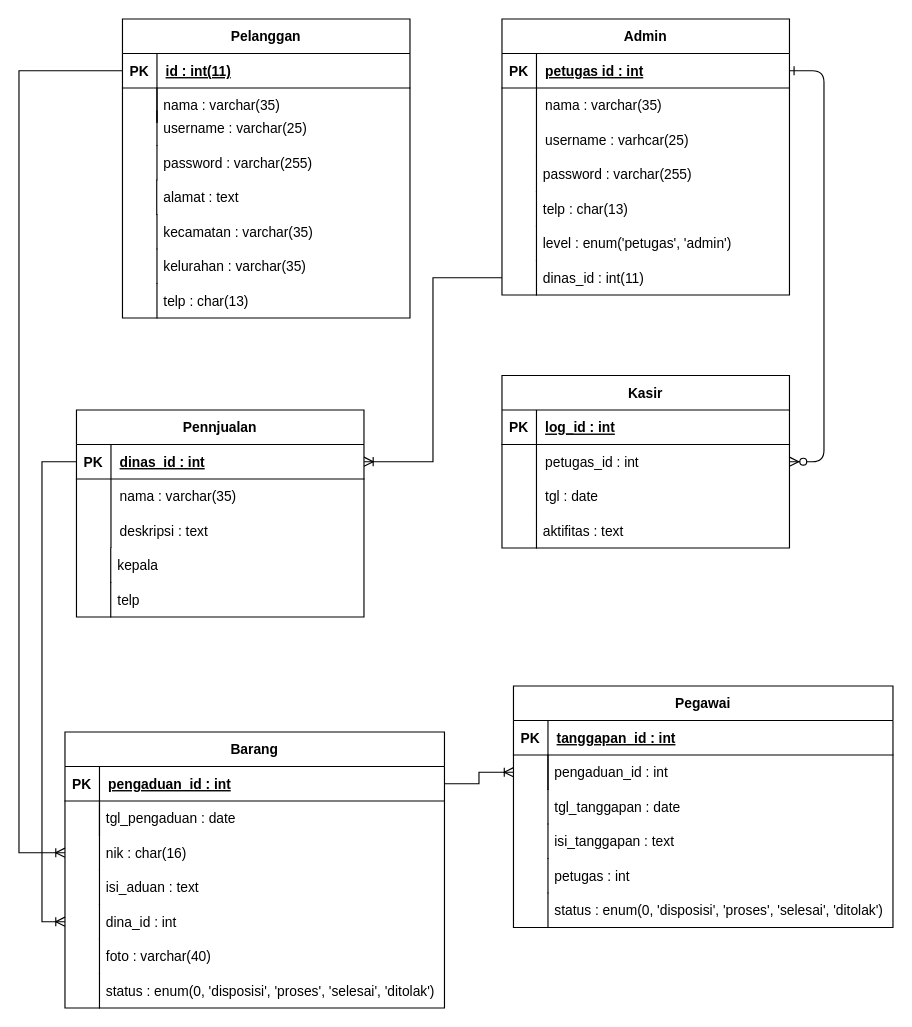
jhustinn/Project keeps this draw.io diagram as structure/erd/Project_ERD.drawio. Above is the earlier version. Source tidied: cells renumbered, new cells numbered last; positions are measured from the earlier drawing's top-left corner, leaving out a move shared by most shapes. Both pictures are drawn from the tidied source at 115%, with x=0, y=0 at pixel (18, 18).
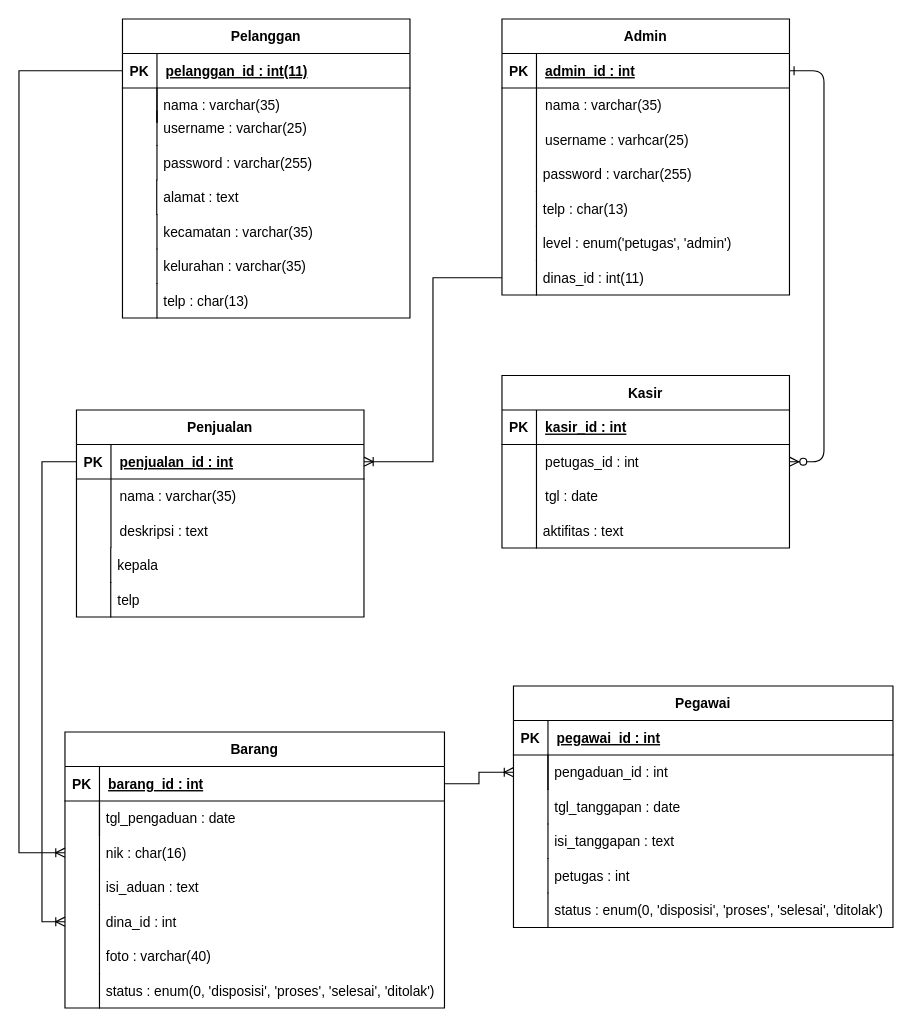
After the change.

The change refers to these unchanged cells:
```xml
<mxCell id="4" style="shape=partialRectangle;fillColor=none;points=[[0,0.5],[1,0.5]];portConstraint=eastwest;top=0;left=0;right=0;bottom=1;" parent="3" vertex="1">
  <mxGeometry y="30" width="250" height="30" as="geometry" />
</mxCell>
<mxCell id="14" style="shape=partialRectangle;fillColor=none;top=0;left=0;right=0;bottom=1;" parent="13" vertex="1">
  <mxGeometry y="30" width="250" height="30" as="geometry" />
</mxCell>
<mxCell id="24" style="shape=partialRectangle;fillColor=none;points=[[0,0.5],[1,0.5]];portConstraint=eastwest;top=0;left=0;right=0;bottom=1;" parent="23" vertex="1">
  <mxGeometry y="30" width="250" height="30" as="geometry" />
</mxCell>
<mxCell id="56" style="shape=partialRectangle;fillColor=none;points=[[0,0.5],[1,0.5]];portConstraint=eastwest;top=0;left=0;right=0;bottom=1;" parent="55" vertex="1">
  <mxGeometry y="30" width="250" height="30" as="geometry" />
</mxCell>
<mxCell id="70" style="shape=partialRectangle;fillColor=none;top=0;left=0;right=0;bottom=1;" parent="69" vertex="1">
  <mxGeometry y="30" width="330" height="30" as="geometry" />
</mxCell>
<mxCell id="79" style="shape=partialRectangle;fillColor=none;points=[[0,0.5],[1,0.5]];portConstraint=eastwest;top=0;left=0;right=0;bottom=1;" parent="78" vertex="1">
  <mxGeometry y="30" width="330" height="30" as="geometry" />
</mxCell>
```

What changed in the source:
```diff
@@
-    <mxCell id="6" value="petugas id : int" style="shape=partialRectangle;overflow=hidden;fillColor=none;top=0;left=0;bottom=0;right=0;align=left;spacingLeft=6;fontStyle=5;" parent="4" vertex="1">
+    <mxCell id="6" value="admin_id : int" style="shape=partialRectangle;overflow=hidden;fillColor=none;top=0;left=0;bottom=0;right=0;align=left;spacingLeft=6;fontStyle=5;" parent="4" vertex="1">
       <mxGeometry x="30" width="220" height="30" as="geometry" />
     </mxCell>
@@
-    <mxCell id="16" value="log_id : int" style="shape=partialRectangle;overflow=hidden;fillColor=none;top=0;left=0;bottom=0;right=0;align=left;spacingLeft=6;fontStyle=5;" parent="14" vertex="1">
+    <mxCell id="16" value="kasir_id : int" style="shape=partialRectangle;overflow=hidden;fillColor=none;top=0;left=0;bottom=0;right=0;align=left;spacingLeft=6;fontStyle=5;" parent="14" vertex="1">
       <mxGeometry x="30" width="220" height="30" as="geometry" />
     </mxCell>
@@
-    <mxCell id="26" value="id : int(11)" style="shape=partialRectangle;overflow=hidden;fillColor=none;top=0;left=0;bottom=0;right=0;align=left;spacingLeft=6;fontStyle=5;" parent="24" vertex="1">
+    <mxCell id="26" value="pelanggan_id : int(11)" style="shape=partialRectangle;overflow=hidden;fillColor=none;top=0;left=0;bottom=0;right=0;align=left;spacingLeft=6;fontStyle=5;" parent="24" vertex="1">
       <mxGeometry x="30" width="220" height="30" as="geometry" />
     </mxCell>
@@
-    <mxCell id="55" value="Pennjualan" style="shape=table;startSize=30;childLayout=tableLayout;rowLines=0;fontStyle=1;align=center;" parent="1" vertex="1">
+    <mxCell id="55" value="Penjualan" style="shape=table;startSize=30;childLayout=tableLayout;rowLines=0;fontStyle=1;align=center;" parent="1" vertex="1">
       <mxGeometry x="50" y="340" width="250" height="180" as="geometry" />
     </mxCell>
@@
-    <mxCell id="58" value="dinas_id : int" style="shape=partialRectangle;overflow=hidden;fillColor=none;top=0;left=0;bottom=0;right=0;align=left;spacingLeft=6;fontStyle=5;" parent="56" vertex="1">
+    <mxCell id="58" value="penjualan_id : int" style="shape=partialRectangle;overflow=hidden;fillColor=none;top=0;left=0;bottom=0;right=0;align=left;spacingLeft=6;fontStyle=5;" parent="56" vertex="1">
       <mxGeometry x="30" width="220" height="30" as="geometry" />
     </mxCell>
@@
-    <mxCell id="72" value="tanggapan_id : int" style="shape=partialRectangle;overflow=hidden;fillColor=none;top=0;left=0;bottom=0;right=0;align=left;spacingLeft=6;fontStyle=5;" parent="70" vertex="1">
+    <mxCell id="72" value="pegawai_id : int" style="shape=partialRectangle;overflow=hidden;fillColor=none;top=0;left=0;bottom=0;right=0;align=left;spacingLeft=6;fontStyle=5;" parent="70" vertex="1">
       <mxGeometry x="30" width="300" height="30" as="geometry" />
     </mxCell>
@@
-    <mxCell id="81" value="pengaduan_id : int" style="shape=partialRectangle;overflow=hidden;fillColor=none;top=0;left=0;bottom=0;right=0;align=left;spacingLeft=6;fontStyle=5;" parent="79" vertex="1">
+    <mxCell id="81" value="barang_id : int" style="shape=partialRectangle;overflow=hidden;fillColor=none;top=0;left=0;bottom=0;right=0;align=left;spacingLeft=6;fontStyle=5;" parent="79" vertex="1">
       <mxGeometry x="30" width="300" height="30" as="geometry" />
     </mxCell>
```
